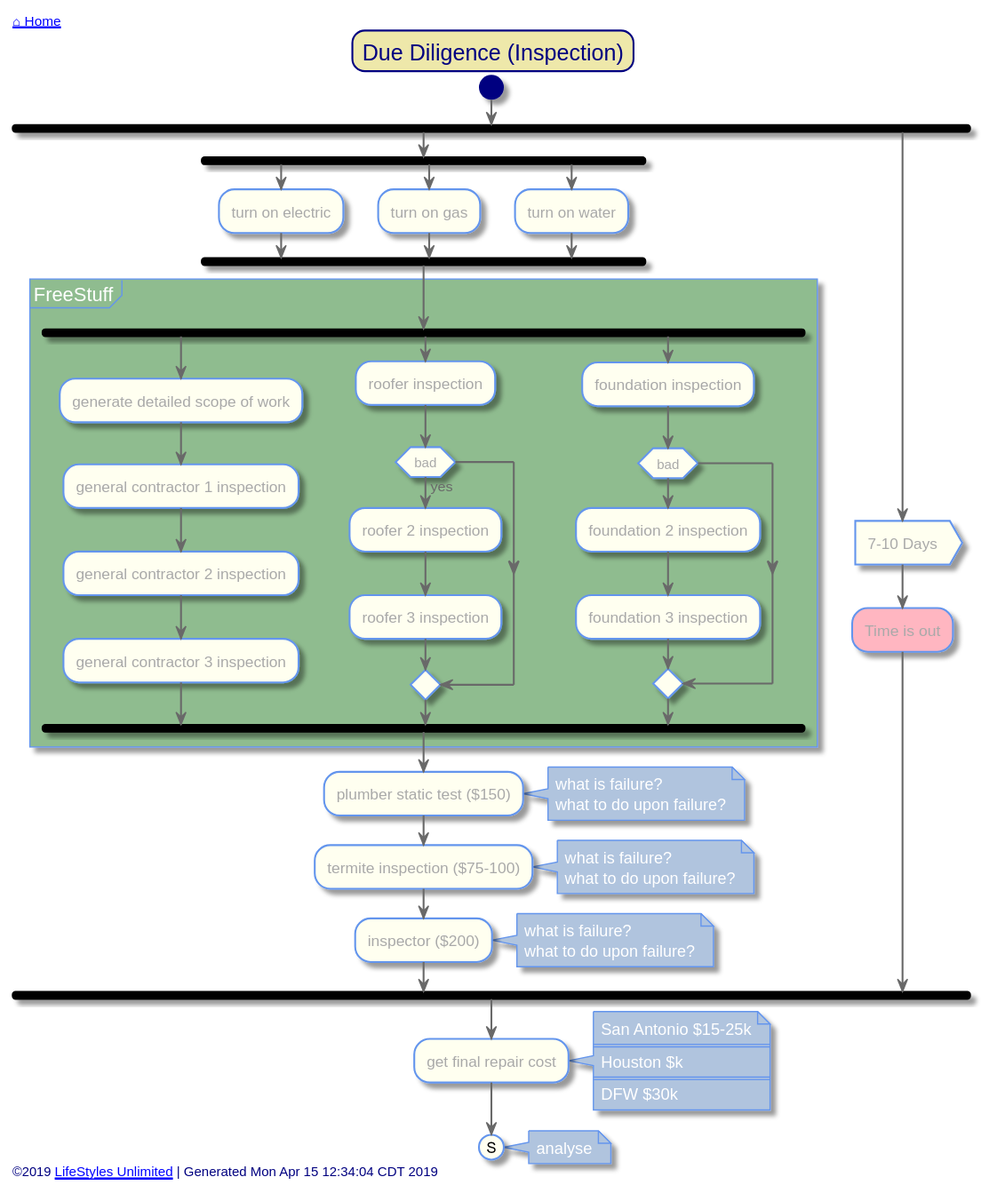
Above: out/src/single-family/due-diligence.svg in toddmo/lifestylesunlimited (PlantUML), before the change.
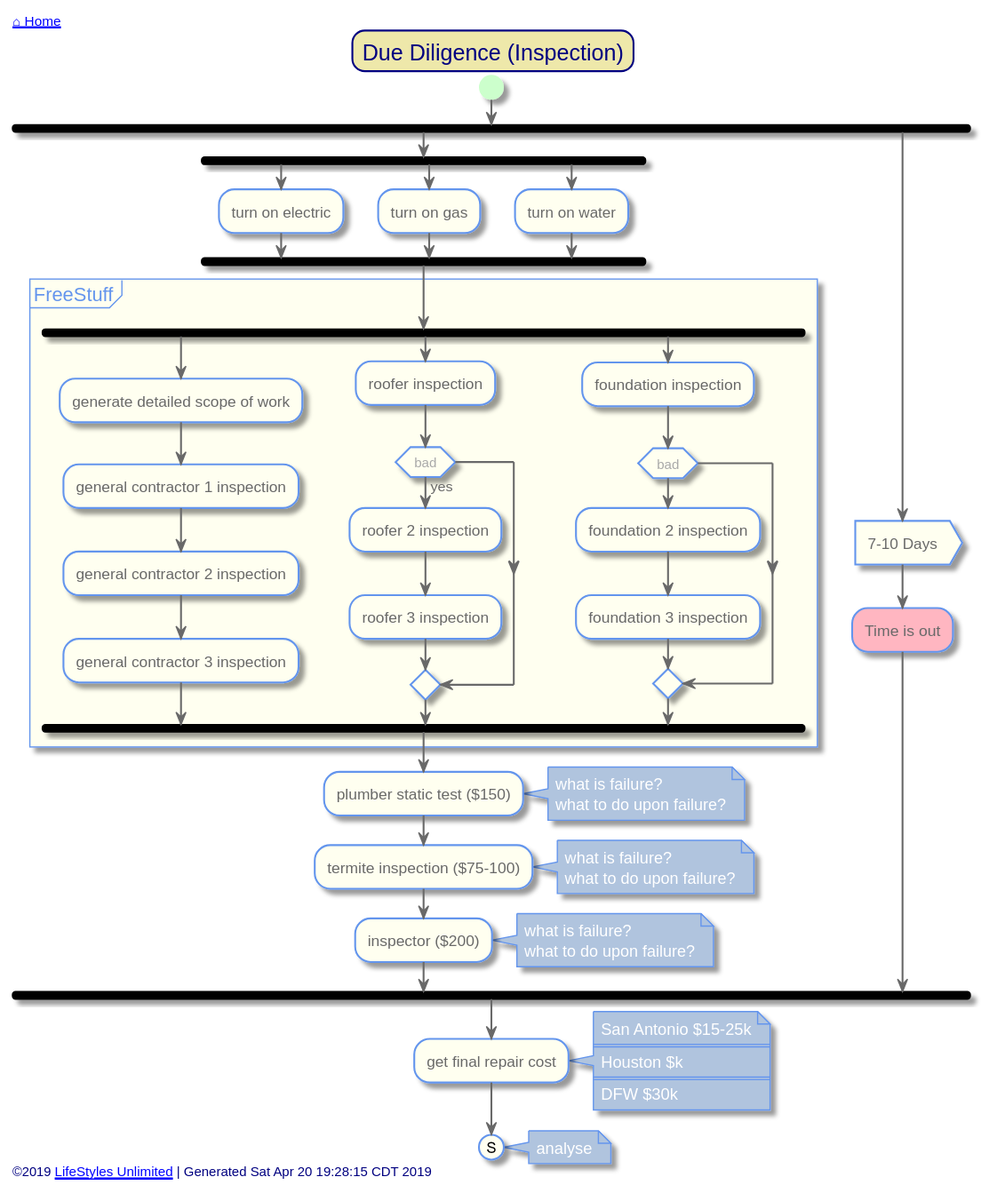
The same file after the commit.

What changed in the source:
```diff
@@ -16,7 +16,8 @@
 skinparam activity {
   BackgroundColor Ivory
   BorderColor CornflowerBlue
-  FontColor DarkGray
+  FontColor DimGray
+
 
   Arrow {
     Color dimgray
@@ -24,11 +25,11 @@
   }
 
   Start {
-    Color Navy
+    Color PHYSICAL
   }
 
   End {
-    Color Red
+    Color Coral
   }
 
   Diamond {
@@ -46,13 +47,21 @@
 }
 
 skinparam Partition {
-  BackgroundColor DarkSeaGreen
+  BackgroundColor Ivory
   BorderColor CornflowerBlue
   BorderThickness 1
+  FontColor CornflowerBlue
+  FontSize 16
+  BorderRoundCorner 20
+}
+
+skinparam Note {
+  BackgroundColor LightSteelBlue
+  BorderColor CornflowerBlue
   FontColor White
-  FontSize 16
 }
-skinparam Note {
+
+skinparam Legend {
   BackgroundColor LightSteelBlue
   BorderColor CornflowerBlue
   FontColor White
@@ -133,8 +142,9 @@
 	note right: analyse
 
 
+
 left footer
-	©2019 [[http://www.lifestylesunlimited.com LifeStyles Unlimited]] | Generated Mon Apr 15 12:34:04 CDT 2019
+	©2019 [[http://www.lifestylesunlimited.com LifeStyles Unlimited]] | Generated Sat Apr 20 19:28:15 CDT 2019
 endfooter
 
 
```
